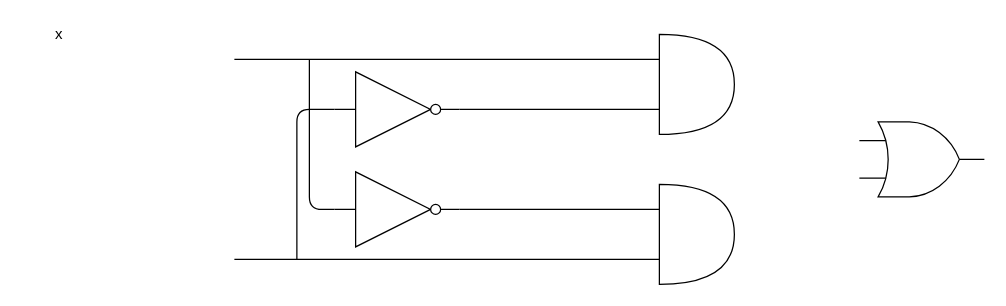
The draw.io diagram L演習2.drawio in PoriPoriPori/Pori, before the edit. Source tidied: cells renumbered, new cells numbered last; positions are measured from the earlier drawing's top-left corner, leaving out a move shared by most shapes. Both pictures are drawn from the tidied source at 125%, with x=0, y=0 at pixel (21, 21).
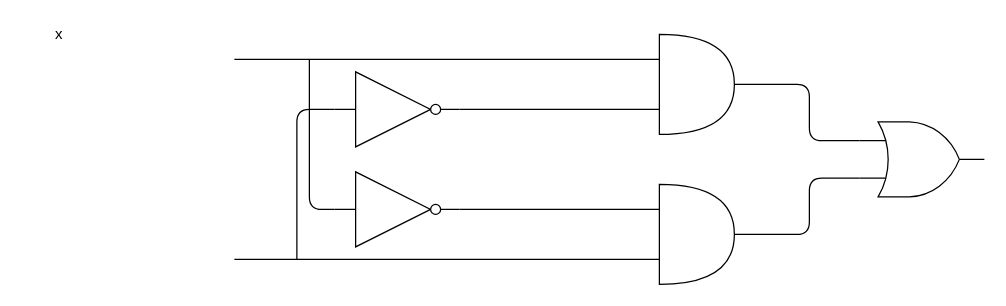
The same diagram, later.

The change refers to these unchanged cells:
```xml
<mxCell id="5" style="verticalLabelPosition=bottom;shadow=0;dashed=0;align=center;html=1;verticalAlign=top;shape=mxgraph.electrical.logic_gates.logic_gate;operation=or;sketch=0;strokeColor=#000000;fillColor=#ffffff;" parent="1" vertex="1">
  <mxGeometry x="670" y="80" width="100" height="60" as="geometry" />
</mxCell>
<mxCell id="7" style="shape=or;whiteSpace=wrap;html=1;shadow=0;sketch=0;strokeColor=#000000;fillColor=#ffffff;" parent="1" vertex="1">
  <mxGeometry x="510" y="10" width="60" height="80" as="geometry" />
</mxCell>
<mxCell id="9" style="shape=or;whiteSpace=wrap;html=1;shadow=0;sketch=0;strokeColor=#000000;fillColor=#ffffff;" parent="1" vertex="1">
  <mxGeometry x="510" y="130" width="60" height="80" as="geometry" />
</mxCell>
```

Diff of the diagram source:
```diff
@@
+    <mxCell id="14" style="endArrow=none;html=1;entryX=0;entryY=0.25;entryDx=0;entryDy=0;entryPerimeter=0;exitX=1;exitY=0.5;exitDx=0;exitDy=0;exitPerimeter=0;" parent="1" edge="1" source="7" target="5">
+      <mxGeometry relative="1" as="geometry">
+        <Array as="points">
+          <mxPoint x="630" y="50" />
+          <mxPoint x="630" y="95" />
+        </Array>
+      </mxGeometry>
+    </mxCell>
+    <mxCell id="15" style="endArrow=none;html=1;entryX=0;entryY=0.75;entryDx=0;entryDy=0;entryPerimeter=0;exitX=1;exitY=0.5;exitDx=0;exitDy=0;exitPerimeter=0;" parent="1" edge="1" source="9" target="5">
+      <mxGeometry relative="1" as="geometry">
+        <Array as="points">
+          <mxPoint x="630" y="170" />
+          <mxPoint x="630" y="125" />
+        </Array>
+      </mxGeometry>
+    </mxCell>
```
